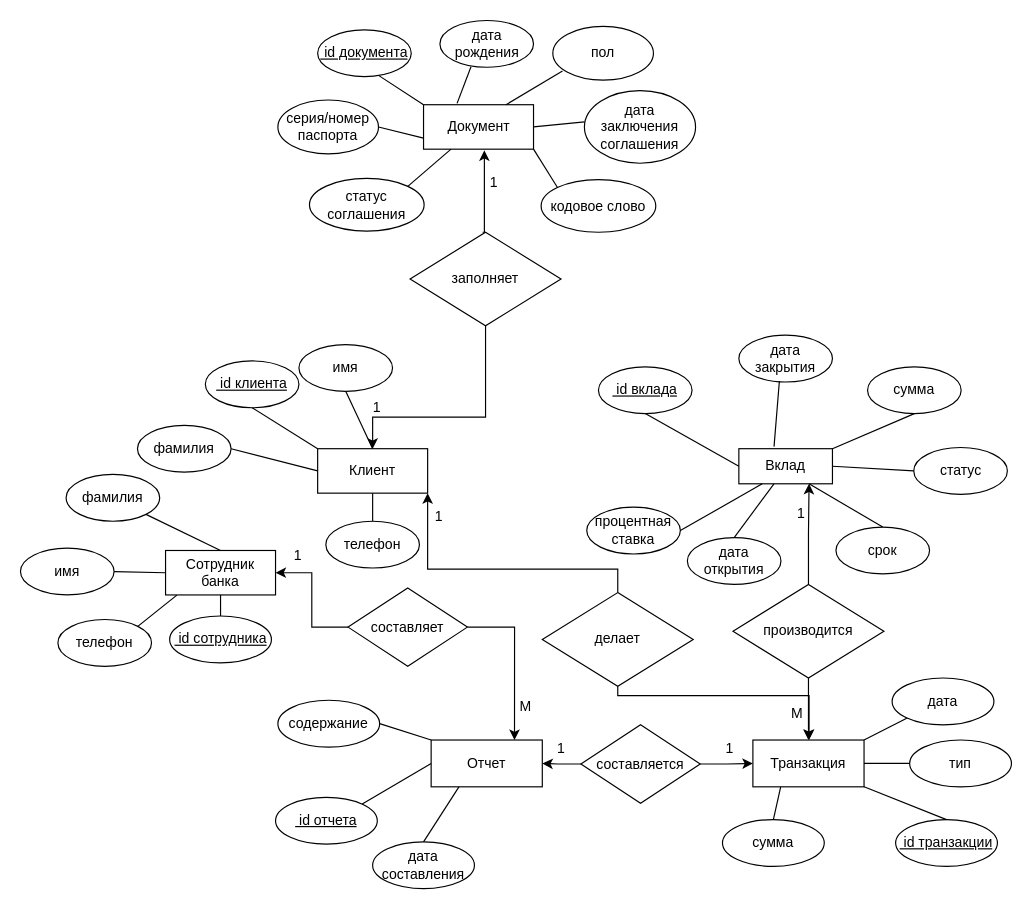
This is lab1.drawio from OlegWhiteRose/Architectures-for-highload, a draw.io file, before an edit. Source tidied: cells renumbered, new cells numbered last; positions are measured from the earlier drawing's top-left corner, leaving out a move shared by most shapes. Both pictures are drawn from the tidied source at 117%, with x=0, y=0 at pixel (20, 20).
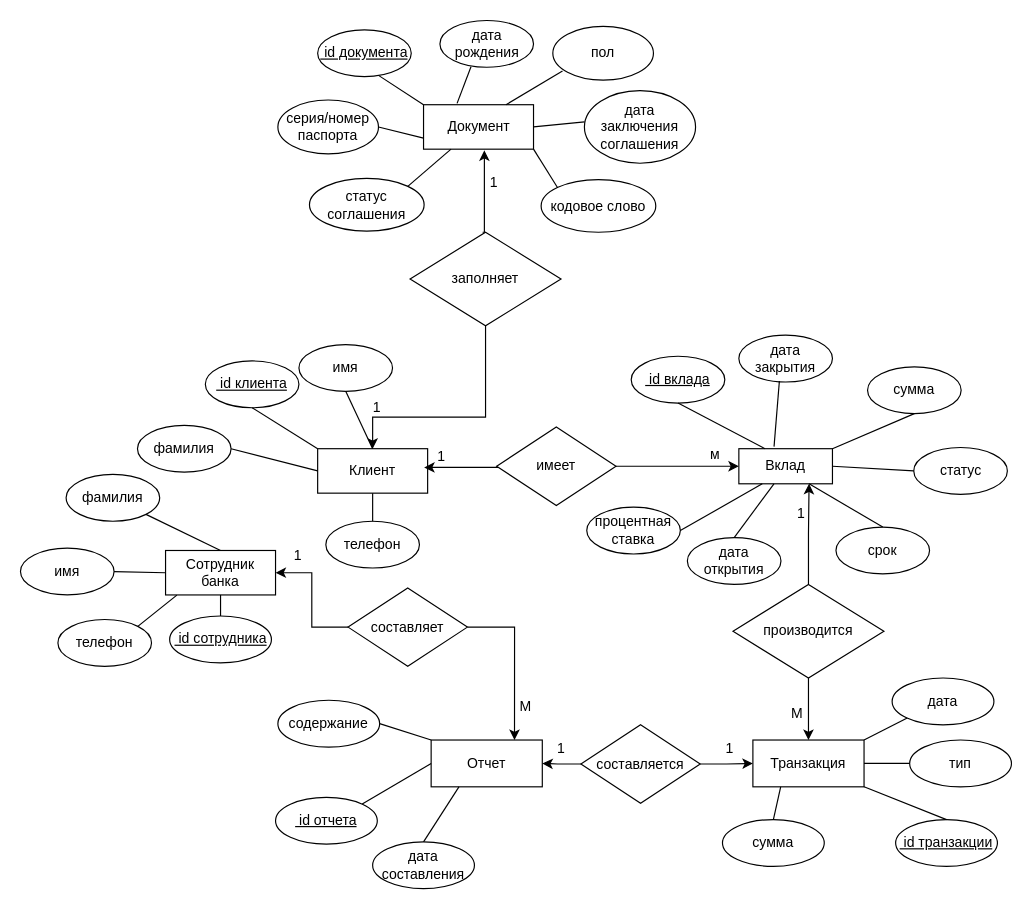
The same diagram, later.

Unchanged cells that the change refers to:
```xml
<mxCell id="2" value="Вклад" style="rounded=0;whiteSpace=wrap;html=1;" parent="1" vertex="1">
  <mxGeometry x="614" y="366" width="80" height="30" as="geometry" />
</mxCell>
<mxCell id="13" value="Клиент" style="rounded=0;whiteSpace=wrap;html=1;" parent="1" vertex="1">
  <mxGeometry x="254" y="366" width="94" height="38" as="geometry" />
</mxCell>
<mxCell id="24" value="Транзакция" style="rounded=0;whiteSpace=wrap;html=1;" parent="1" vertex="1">
  <mxGeometry x="626" y="615" width="95" height="40" as="geometry" />
</mxCell>
```

Diff of the diagram source:
```diff
@@
     <mxCell id="3" value="&lt;u&gt;&amp;nbsp;id вклада&lt;/u&gt;" style="ellipse;whiteSpace=wrap;html=1;" parent="1" vertex="1">
-      <mxGeometry x="494" y="296" width="80" height="40" as="geometry" />
+      <mxGeometry x="522" y="287" width="80" height="40" as="geometry" />
     </mxCell>
-    <mxCell id="4" style="endArrow=none;html=1;rounded=0;exitX=0.5;exitY=1;exitDx=0;exitDy=0;entryX=0;entryY=0.5;entryDx=0;entryDy=0;" parent="1" edge="1" source="3" target="2">
+    <mxCell id="4" style="endArrow=none;html=1;rounded=0;exitX=0.5;exitY=1;exitDx=0;exitDy=0;entryX=0.279;entryY=0;entryDx=0;entryDy=0;entryPerimeter=0;" parent="1" edge="1" source="3" target="2">
       <mxGeometry relative="1" as="geometry" />
     </mxCell>
@@
-    <mxCell id="86" style="edgeStyle=orthogonalEdgeStyle;rounded=0;jettySize=auto;html=1;entryX=1;entryY=1;entryDx=0;entryDy=0;" parent="1" edge="1" source="88" target="13">
+    <mxCell id="86" style="edgeStyle=orthogonalEdgeStyle;rounded=0;jettySize=auto;html=1;exitX=0;exitY=0.5;exitDx=0;exitDy=0;" parent="1" edge="1" source="91">
       <mxGeometry relative="1" as="geometry">
+        <mxPoint x="345" y="382" as="targetPoint" />
         <Array as="points">
-          <mxPoint x="510" y="469" />
-          <mxPoint x="348" y="469" />
+          <mxPoint x="409" y="381" />
+          <mxPoint x="409" y="382" />
         </Array>
       </mxGeometry>
     </mxCell>
-    <mxCell id="87" style="edgeStyle=orthogonalEdgeStyle;rounded=0;jettySize=auto;html=1;" parent="1" edge="1" source="88" target="24">
-      <mxGeometry relative="1" as="geometry">
-        <Array as="points">
-          <mxPoint x="510" y="577" />
-          <mxPoint x="674" y="577" />
-        </Array>
-      </mxGeometry>
-    </mxCell>
-    <mxCell id="88" value="делает" style="rhombus;whiteSpace=wrap;html=1;" parent="1" vertex="1">
-      <mxGeometry x="446" y="489" width="129" height="80" as="geometry" />
-    </mxCell>
     <mxCell id="89" value="1" style="text;html=1;align=center;verticalAlign=middle;whiteSpace=wrap;rounded=0;" parent="1" vertex="1">
-      <mxGeometry x="328" y="409" width="60" height="30" as="geometry" />
+      <mxGeometry x="330" y="358" width="60" height="30" as="geometry" />
     </mxCell>
+    <mxCell id="90" style="edgeStyle=orthogonalEdgeStyle;rounded=0;jettySize=auto;html=1;entryX=0;entryY=0.5;entryDx=0;entryDy=0;" parent="1" edge="1" source="91" target="2">
+      <mxGeometry relative="1" as="geometry" />
+    </mxCell>
+    <mxCell id="91" value="имеет" style="rhombus;whiteSpace=wrap;html=1;" parent="1" vertex="1">
+      <mxGeometry x="407" y="347.5" width="102" height="67" as="geometry" />
+    </mxCell>
+    <mxCell id="92" value="м" style="text;html=1;align=center;verticalAlign=middle;whiteSpace=wrap;rounded=0;" parent="1" vertex="1">
+      <mxGeometry x="564" y="356" width="60" height="30" as="geometry" />
+    </mxCell>
```
